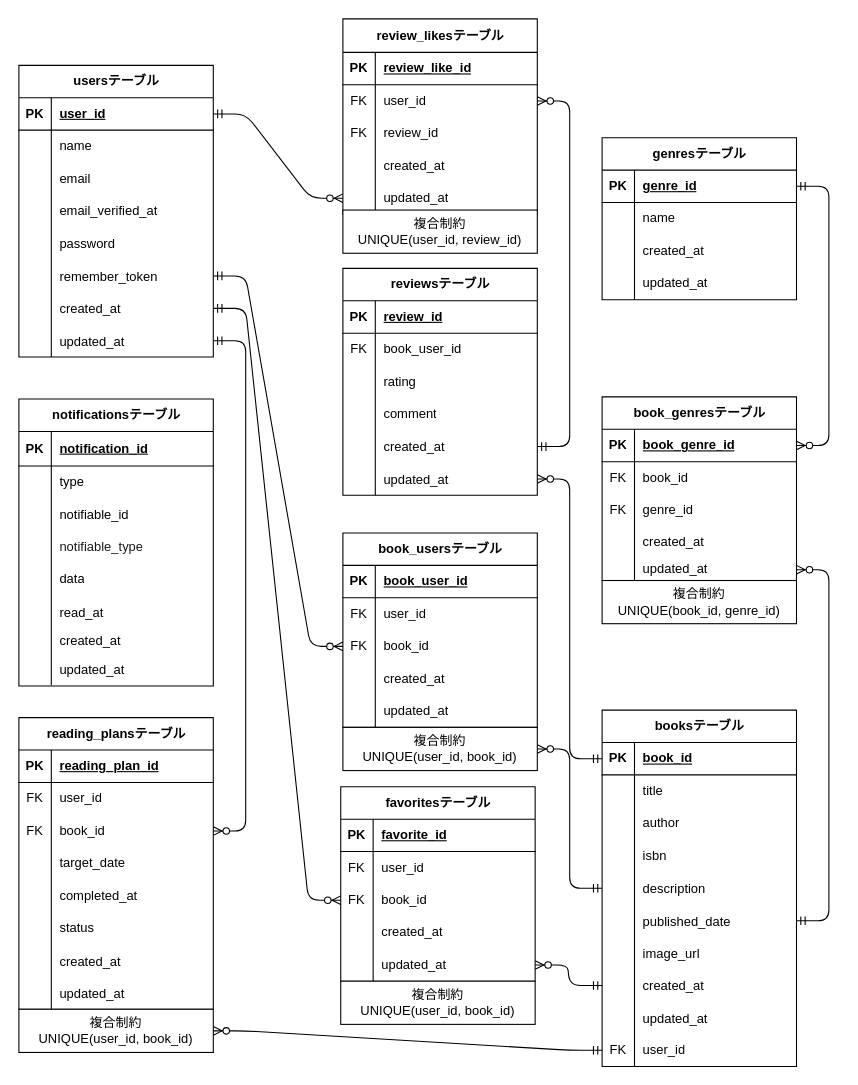
Earlier version of the draw.io diagram ER図.dio (naoaki-png/Bookshelf). Source tidied: cells renumbered, new cells numbered last; positions are measured from the earlier drawing's top-left corner, leaving out a move shared by most shapes. Both pictures are drawn from the tidied source at 108%, with x=0, y=0 at pixel (18, 18).
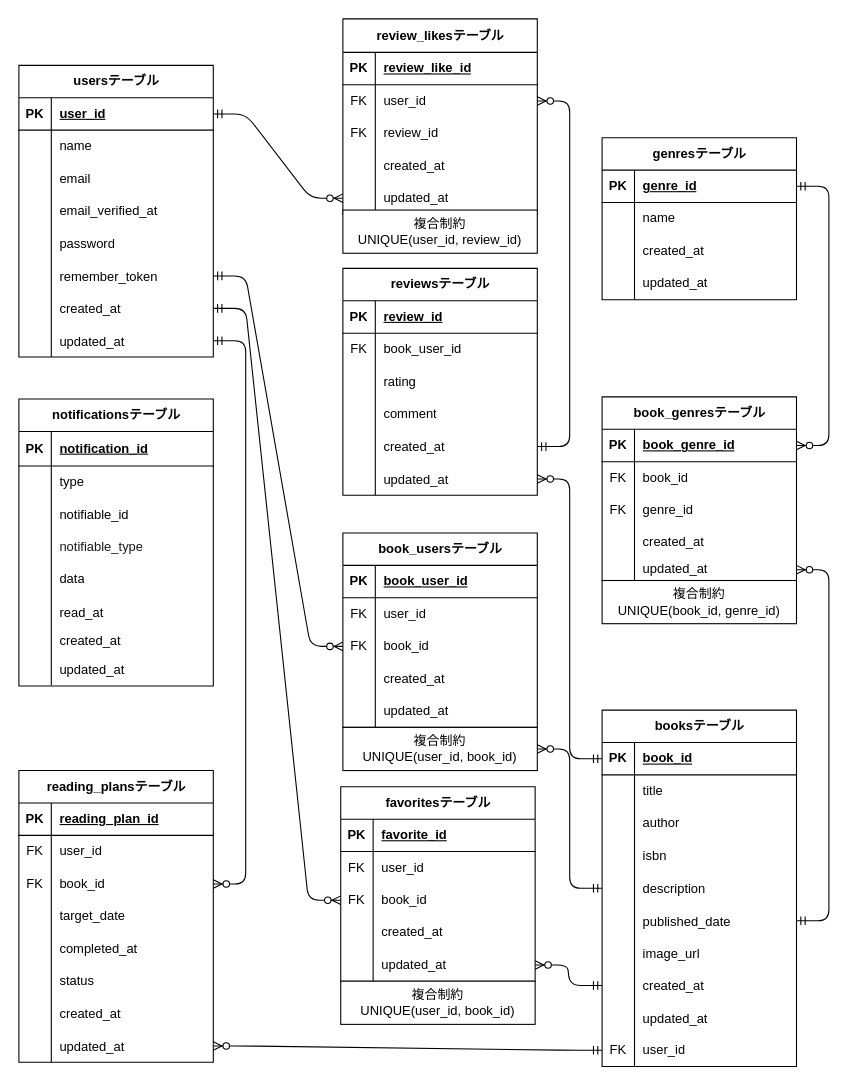
The same diagram, later.

Unchanged cells that the change refers to:
```xml
<mxCell id="142" style="shape=tableRow;horizontal=0;startSize=0;swimlaneHead=0;swimlaneBody=0;fillColor=none;points=[[0,0.5],[1,0.5]];portConstraint=eastwest;top=0;left=0;right=0;bottom=0;" parent="114" vertex="1">
  <mxGeometry y="300" width="180" height="30" as="geometry" />
</mxCell>
<mxCell id="214" style="shape=tableRow;horizontal=0;startSize=0;swimlaneHead=0;swimlaneBody=0;fillColor=none;points=[[0,0.5],[1,0.5]];portConstraint=eastwest;top=0;left=0;right=0;bottom=0;" parent="192" vertex="1">
  <mxGeometry y="240" width="180" height="30" as="geometry" />
</mxCell>
```

Change to the diagram source:
```diff
@@
     <mxCell id="192" value="reading_plansテーブル" style="shape=table;startSize=30;childLayout=tableLayout;rowLines=0;fontStyle=1;align=center;html=1;" parent="1" vertex="1">
-      <mxGeometry y="647" width="180" height="270" as="geometry" />
+      <mxGeometry y="696" width="180" height="270" as="geometry" />
     </mxCell>
@@
-    <mxCell id="217" value="複合制約&lt;div&gt;UNIQUE(user_id, book_id)&lt;/div&gt;" style="whiteSpace=wrap;html=1;align=center;direction=west;" parent="1" vertex="1">
-      <mxGeometry y="917" width="180" height="40" as="geometry" />
-    </mxCell>
@@
-    <mxCell id="219" style="edgeStyle=entityRelationEdgeStyle;fontSize=12;html=1;endArrow=ERzeroToMany;startArrow=ERmandOne;" parent="1" edge="1" source="142" target="217">
+    <mxCell id="219" style="edgeStyle=entityRelationEdgeStyle;fontSize=12;html=1;endArrow=ERzeroToMany;startArrow=ERmandOne;" parent="1" edge="1" source="142" target="214">
       <mxGeometry relative="1" as="geometry">
         <Array as="points">
-          <mxPoint x="391" y="1360" />
+          <mxPoint x="419" y="1363" />
+          <mxPoint x="345" y="960" />
         </Array>
       </mxGeometry>
     </mxCell>
```
